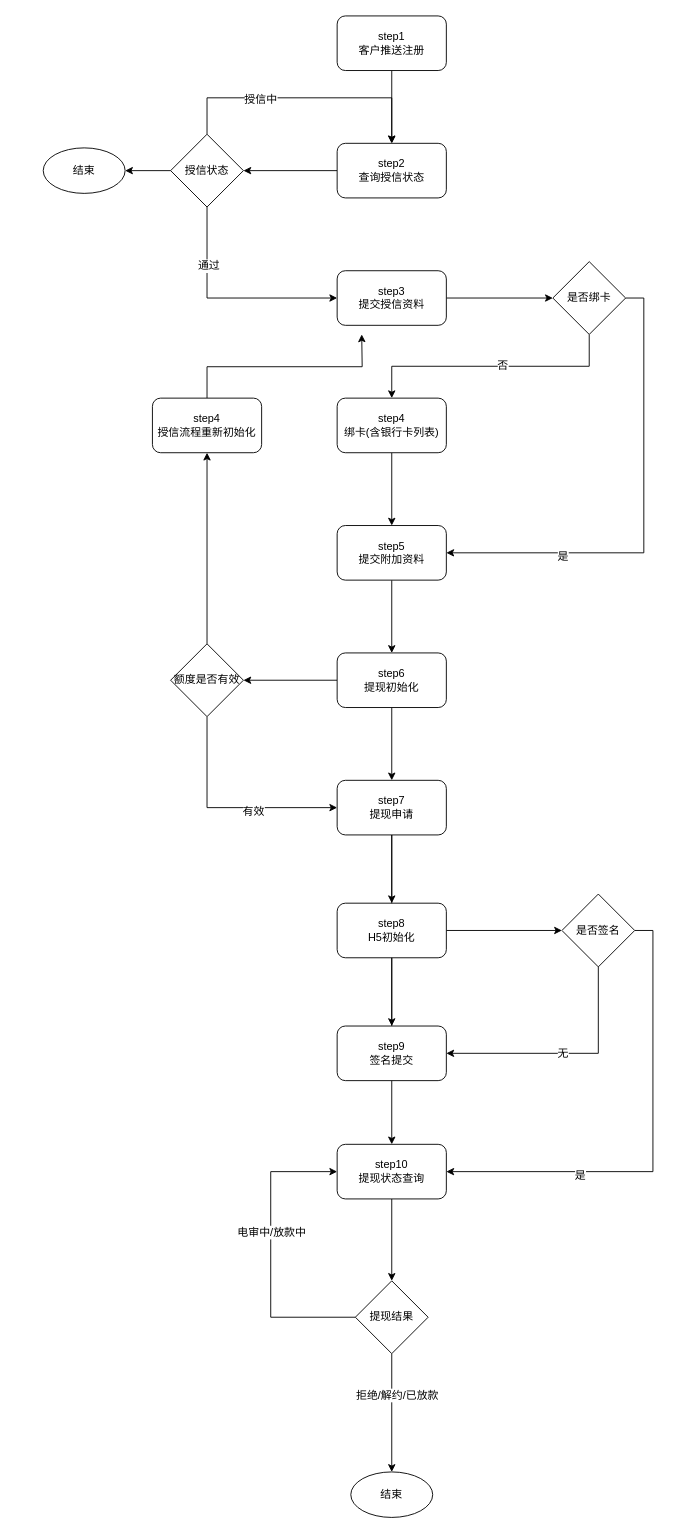
The draw.io diagram 渠道对接API调用顺序.drawio in lixyu/draw, before the edit. Source tidied: cells renumbered, new cells numbered last; positions are measured from the earlier drawing's top-left corner, leaving out a move shared by most shapes. Both pictures are drawn from the tidied source at 91%, with x=0, y=0 at pixel (43, 15).
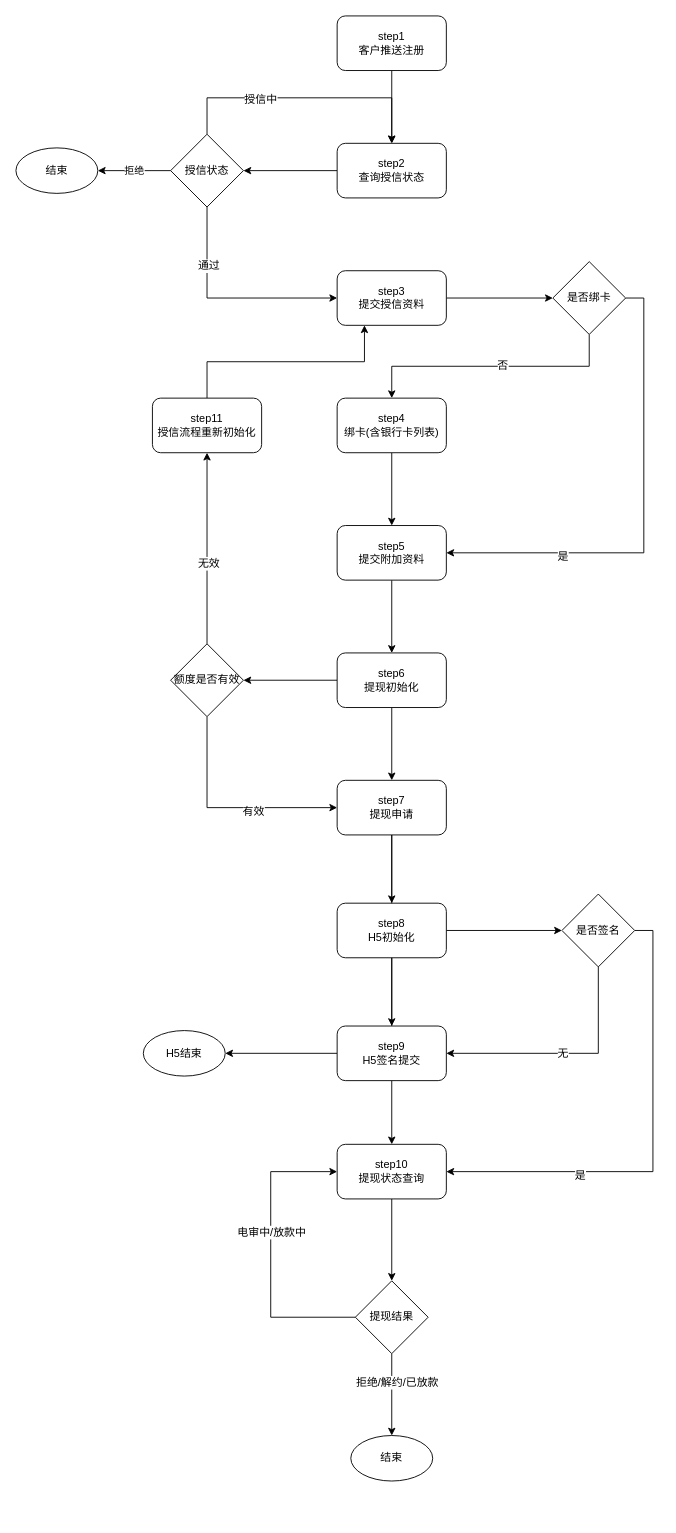
The same diagram, later.

Commit message:
Update 渠道对接API调用顺序.drawio

The change refers to these unchanged cells:
```xml
<mxCell id="7" value="step3&lt;br&gt;提交授信资料&lt;br&gt;" style="rounded=1;whiteSpace=wrap;html=1;" parent="1" vertex="1">
  <mxGeometry x="323" y="280" width="120" height="60" as="geometry" />
</mxCell>
<mxCell id="31" value="授信状态" style="rhombus;whiteSpace=wrap;html=1;" parent="1" vertex="1">
  <mxGeometry x="140" y="130" width="80" height="80" as="geometry" />
</mxCell>
<mxCell id="40" style="edgeStyle=orthogonalEdgeStyle;rounded=0;jettySize=auto;html=1;exitX=0.5;exitY=0;exitDx=0;exitDy=0;entryX=0.5;entryY=1;entryDx=0;entryDy=0;" parent="1" edge="1" source="41" target="11">
  <mxGeometry relative="1" as="geometry" />
</mxCell>
```

Change to the diagram source:
```diff
@@
-    <mxCell id="10" style="edgeStyle=orthogonalEdgeStyle;rounded=0;jettySize=auto;html=1;exitX=0.5;exitY=0;exitDx=0;exitDy=0;" parent="1" edge="1" source="11">
-      <mxGeometry relative="1" as="geometry">
-        <mxPoint x="350" y="350" as="targetPoint" />
-      </mxGeometry>
+    <mxCell id="10" style="edgeStyle=orthogonalEdgeStyle;rounded=0;jettySize=auto;html=1;exitX=0.5;exitY=0;exitDx=0;exitDy=0;entryX=0.25;entryY=1;entryDx=0;entryDy=0;" parent="1" edge="1" source="11" target="7">
+      <mxGeometry relative="1" as="geometry" />
     </mxCell>
-    <mxCell id="11" value="step4&lt;br&gt;授信流程重新初始化&lt;br&gt;" style="rounded=1;whiteSpace=wrap;html=1;" parent="1" vertex="1">
+    <mxCell id="11" value="step11&lt;br&gt;授信流程重新初始化&lt;br&gt;" style="rounded=1;whiteSpace=wrap;html=1;" parent="1" vertex="1">
       <mxGeometry x="120" y="420" width="120" height="60" as="geometry" />
     </mxCell>
@@
+    <mxCell id="53" style="edgeStyle=orthogonalEdgeStyle;rounded=0;jettySize=auto;html=1;exitX=0;exitY=0.5;exitDx=0;exitDy=0;entryX=1;entryY=0.5;entryDx=0;entryDy=0;" parent="1" edge="1" source="25" target="55">
+      <mxGeometry relative="1" as="geometry" />
+    </mxCell>
-    <mxCell id="25" value="step9&lt;br&gt;签名提交&lt;br&gt;" style="rounded=1;whiteSpace=wrap;html=1;" parent="1" vertex="1">
+    <mxCell id="25" value="step9&lt;br&gt;H5签名提交&lt;br&gt;" style="rounded=1;whiteSpace=wrap;html=1;" parent="1" vertex="1">
       <mxGeometry x="323" y="1110" width="120" height="60" as="geometry" />
     </mxCell>
@@
-    <mxCell id="30" style="edgeStyle=orthogonalEdgeStyle;rounded=0;jettySize=auto;html=1;exitX=0;exitY=0.5;exitDx=0;exitDy=0;entryX=1;entryY=0.5;entryDx=0;entryDy=0;" parent="1" edge="1" source="31" target="32">
-      <mxGeometry relative="1" as="geometry" />
+    <mxCell id="30" value="拒绝" style="edgeStyle=orthogonalEdgeStyle;rounded=0;jettySize=auto;html=1;exitX=0;exitY=0.5;exitDx=0;exitDy=0;entryX=1;entryY=0.5;entryDx=0;entryDy=0;" parent="1" edge="1" source="31" target="32">
+      <mxGeometry relative="1" as="geometry">
+        <Array as="points">
+          <mxPoint x="110" y="170" />
+          <mxPoint x="110" y="170" />
+        </Array>
+      </mxGeometry>
     </mxCell>
@@
     <mxCell id="32" value="结束" style="ellipse;whiteSpace=wrap;html=1;" parent="1" vertex="1">
-      <mxGeometry y="145" width="90" height="50" as="geometry" />
+      <mxGeometry x="-30" y="145" width="90" height="50" as="geometry" />
     </mxCell>
@@
+    <mxCell id="54" value="无效" style="text;html=1;align=center;verticalAlign=middle;labelBackgroundColor=#ffffff;" parent="40" vertex="1">
+      <mxGeometry x="-0.15" y="-1" relative="1" as="geometry" />
+    </mxCell>
@@
     <mxCell id="47" value="结束" style="ellipse;whiteSpace=wrap;html=1;" parent="1" vertex="1">
-      <mxGeometry x="338" y="1600" width="90" height="50" as="geometry" />
+      <mxGeometry x="338" y="1560" width="90" height="50" as="geometry" />
     </mxCell>
@@
+    <mxCell id="55" value="H5结束" style="ellipse;whiteSpace=wrap;html=1;" parent="1" vertex="1">
+      <mxGeometry x="110" y="1115" width="90" height="50" as="geometry" />
+    </mxCell>
```
